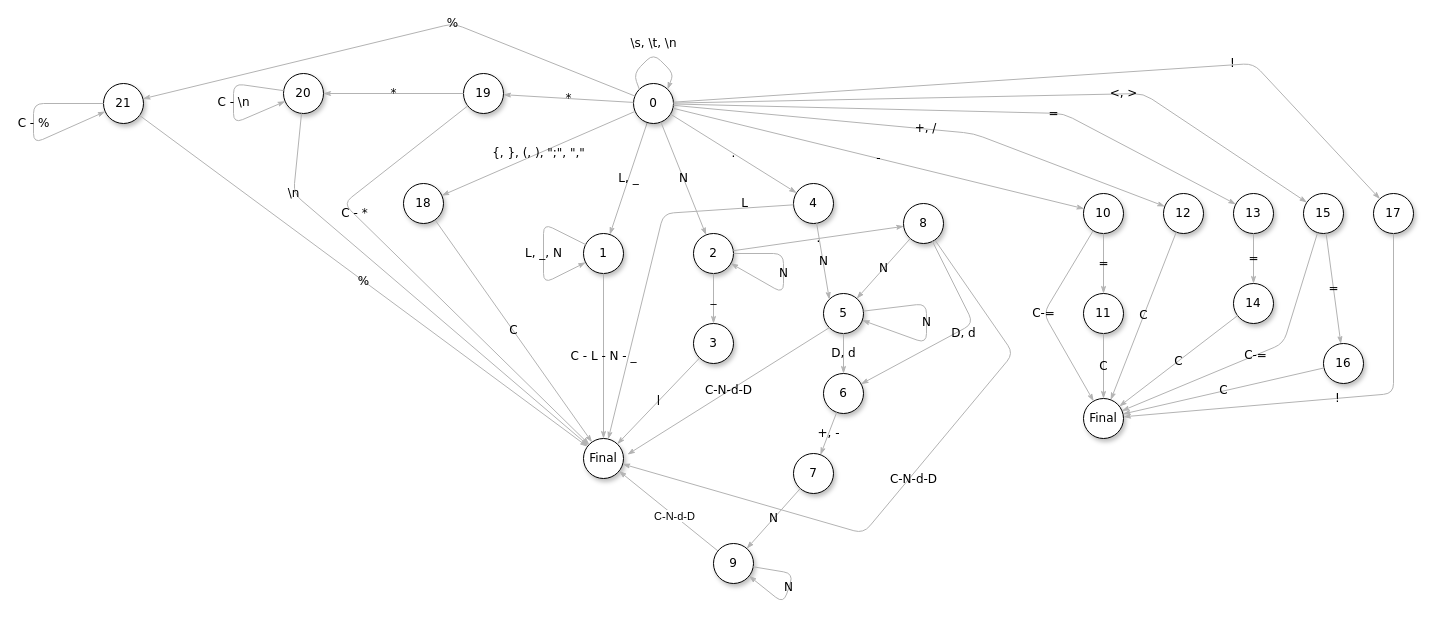
Above: docs/automata.drawio in fnicolasmedioli/compilador (draw.io), before the change. Source tidied: cells renumbered, new cells numbered last; positions are measured from the earlier drawing's top-left corner, leaving out a move shared by most shapes. Both pictures are drawn from the tidied source at 100%, with x=0, y=0 at pixel (33, 23).
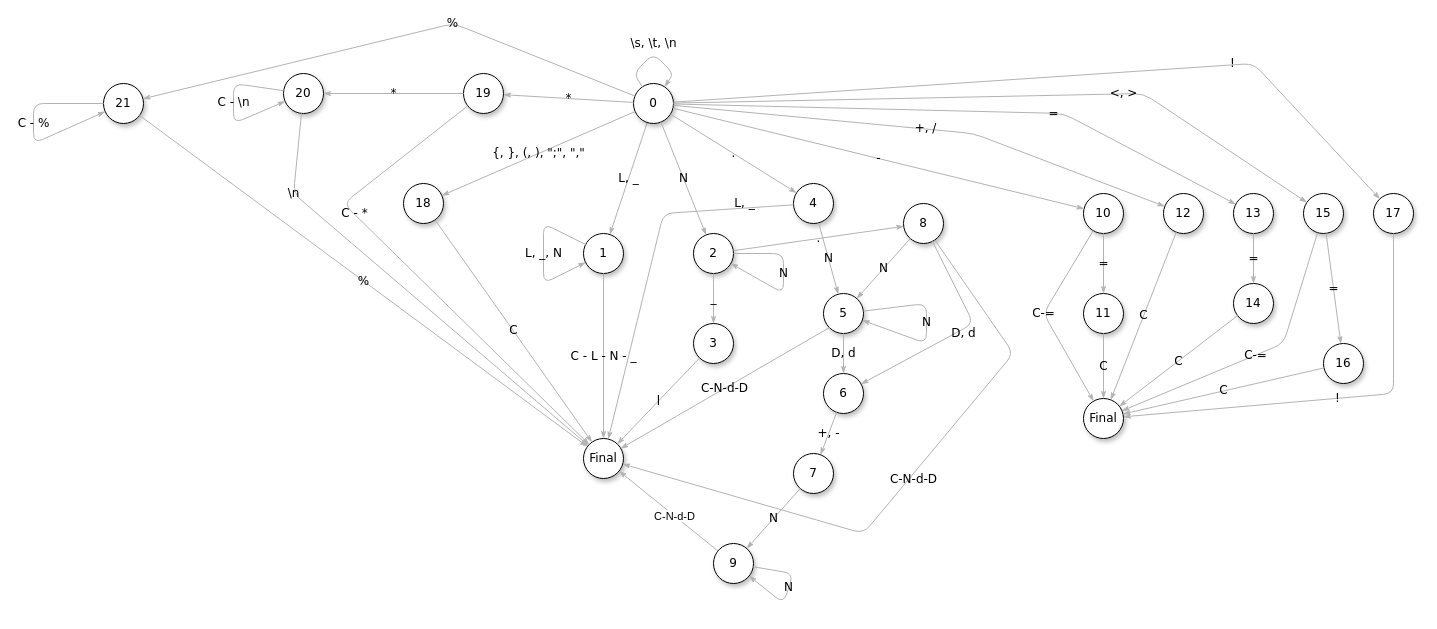
The same page after the edit.

The change refers to these unchanged cells:
```xml
<mxCell id="3" value="0" style="ellipse;whiteSpace=wrap;html=1;rounded=0;shadow=1;comic=0;labelBackgroundColor=none;strokeWidth=1;fontFamily=Verdana;fontSize=12;align=center;" parent="1" vertex="1">
  <mxGeometry x="600" y="60" width="40" height="40" as="geometry" />
</mxCell>
<mxCell id="8" value="Final" style="ellipse;whiteSpace=wrap;html=1;rounded=0;shadow=1;comic=0;labelBackgroundColor=none;strokeWidth=1;fontFamily=Verdana;fontSize=12;align=center;" parent="1" vertex="1">
  <mxGeometry x="550" y="415" width="40" height="40" as="geometry" />
</mxCell>
<mxCell id="15" value="5" style="ellipse;whiteSpace=wrap;html=1;rounded=0;shadow=1;comic=0;labelBackgroundColor=none;strokeWidth=1;fontFamily=Verdana;fontSize=12;align=center;" parent="1" vertex="1">
  <mxGeometry x="790" y="270" width="40" height="40" as="geometry" />
</mxCell>
<mxCell id="23" value="4" style="ellipse;whiteSpace=wrap;html=1;rounded=0;shadow=1;comic=0;labelBackgroundColor=none;strokeWidth=1;fontFamily=Verdana;fontSize=12;align=center;" parent="1" vertex="1">
  <mxGeometry x="760" y="160" width="40" height="40" as="geometry" />
</mxCell>
<mxCell id="39" value="12" style="ellipse;whiteSpace=wrap;html=1;rounded=0;shadow=1;comic=0;labelBackgroundColor=none;strokeWidth=1;fontFamily=Verdana;fontSize=12;align=center;" parent="1" vertex="1">
  <mxGeometry x="1130" y="170" width="40" height="40" as="geometry" />
</mxCell>
<mxCell id="58" value="18" style="ellipse;whiteSpace=wrap;html=1;rounded=0;shadow=1;comic=0;labelBackgroundColor=none;strokeWidth=1;fontFamily=Verdana;fontSize=12;align=center;" parent="1" vertex="1">
  <mxGeometry x="370" y="160" width="40" height="40" as="geometry" />
</mxCell>
```

Change to the diagram source:
```diff
@@
-    <mxCell id="26" value="N" style="edgeStyle=none;rounded=1;html=1;labelBackgroundColor=none;startArrow=none;startFill=0;startSize=5;endArrow=classicThin;endFill=1;endSize=5;jettySize=auto;strokeColor=#B3B3B3;strokeWidth=1;fontFamily=Verdana;fontSize=12;entryX=0;entryY=0;entryDx=0;entryDy=0;" parent="1" edge="1" source="23" target="15">
+    <mxCell id="26" value="N" style="edgeStyle=none;rounded=1;html=1;labelBackgroundColor=none;startArrow=none;startFill=0;startSize=5;endArrow=classicThin;endFill=1;endSize=5;jettySize=auto;strokeColor=#B3B3B3;strokeWidth=1;fontFamily=Verdana;fontSize=12;" parent="1" edge="1" source="23" target="15">
       <mxGeometry relative="1" as="geometry" />
     </mxCell>
-    <mxCell id="27" value="C-N-d-D" style="edgeStyle=none;rounded=1;html=1;labelBackgroundColor=none;startArrow=none;startFill=0;startSize=5;endArrow=classicThin;endFill=1;endSize=5;jettySize=auto;strokeColor=#B3B3B3;strokeWidth=1;fontFamily=Verdana;fontSize=12;exitX=0;exitY=1;exitDx=0;exitDy=0;" parent="1" edge="1" source="15">
-      <mxGeometry relative="1" as="geometry">
-        <mxPoint x="594" y="431" as="targetPoint" />
-      </mxGeometry>
+    <mxCell id="27" value="C-N-d-D" style="edgeStyle=none;rounded=1;html=1;labelBackgroundColor=none;startArrow=none;startFill=0;startSize=5;endArrow=classicThin;endFill=1;endSize=5;jettySize=auto;strokeColor=#B3B3B3;strokeWidth=1;fontFamily=Verdana;fontSize=12;exitX=0;exitY=1;exitDx=0;exitDy=0;" parent="1" edge="1" source="15" target="8">
+      <mxGeometry relative="1" as="geometry" />
     </mxCell>
@@
-    <mxCell id="40" value="+, /" style="edgeStyle=none;rounded=1;html=1;labelBackgroundColor=none;startArrow=none;startFill=0;startSize=5;endArrow=classicThin;endFill=1;endSize=5;jettySize=auto;orthogonalLoop=1;strokeColor=#B3B3B3;strokeWidth=1;fontFamily=Verdana;fontSize=12;" parent="1" edge="1">
+    <mxCell id="40" value="+, /" style="edgeStyle=none;rounded=1;html=1;labelBackgroundColor=none;startArrow=none;startFill=0;startSize=5;endArrow=classicThin;endFill=1;endSize=5;jettySize=auto;strokeColor=#B3B3B3;strokeWidth=1;fontFamily=Verdana;fontSize=12;" parent="1" edge="1" source="3" target="39">
       <mxGeometry relative="1" as="geometry">
-        <mxPoint x="639.9" y="81.8" as="sourcePoint" />
-        <mxPoint x="1131.3" y="182.9" as="targetPoint" />
         <Array as="points">
           <mxPoint x="940" y="110" />
         </Array>
       </mxGeometry>
     </mxCell>
@@
-    <mxCell id="57" value="L" style="edgeStyle=none;rounded=1;html=1;labelBackgroundColor=none;startArrow=none;startFill=0;startSize=5;endArrow=classicThin;endFill=1;endSize=5;jettySize=auto;strokeColor=#B3B3B3;strokeWidth=1;fontFamily=Verdana;fontSize=12;" parent="1" edge="1" source="23" target="8">
+    <mxCell id="57" value="L, _" style="edgeStyle=none;rounded=1;html=1;labelBackgroundColor=none;startArrow=none;startFill=0;startSize=5;endArrow=classicThin;endFill=1;endSize=5;jettySize=auto;strokeColor=#B3B3B3;strokeWidth=1;fontFamily=Verdana;fontSize=12;" parent="1" edge="1" source="23" target="8">
       <mxGeometry x="-0.73" y="-5" relative="1" as="geometry">
         <Array as="points">
           <mxPoint x="630" y="190" />
         </Array>
       </mxGeometry>
     </mxCell>
@@
-    <mxCell id="59" value="{, }, (, ), &quot;;&quot;, &quot;,&quot;" style="edgeStyle=none;rounded=1;html=1;labelBackgroundColor=none;startArrow=none;startFill=0;startSize=5;endArrow=classicThin;endFill=1;endSize=5;jettySize=auto;orthogonalLoop=1;strokeColor=#B3B3B3;strokeWidth=1;fontFamily=Verdana;fontSize=12;" parent="1" edge="1">
-      <mxGeometry relative="1" as="geometry">
-        <mxPoint x="601.6" y="87.9" as="sourcePoint" />
-        <mxPoint x="408.3" y="172" as="targetPoint" />
-      </mxGeometry>
+    <mxCell id="59" value="{, }, (, ), &quot;;&quot;, &quot;,&quot;" style="edgeStyle=none;rounded=1;html=1;labelBackgroundColor=none;startArrow=none;startFill=0;startSize=5;endArrow=classicThin;endFill=1;endSize=5;jettySize=auto;strokeColor=#B3B3B3;strokeWidth=1;fontFamily=Verdana;fontSize=12;" parent="1" edge="1" source="3" target="58">
+      <mxGeometry relative="1" as="geometry" />
     </mxCell>
@@
-    <mxCell id="72" value="\s, \t, \n" style="edgeStyle=none;rounded=1;html=1;labelBackgroundColor=none;startArrow=none;startFill=0;startSize=5;endArrow=classicThin;endFill=1;endSize=5;jettySize=auto;orthogonalLoop=1;strokeColor=#B3B3B3;strokeWidth=1;fontFamily=Verdana;fontSize=12;exitX=0;exitY=0;exitDx=0;exitDy=0;entryX=1;entryY=0;entryDx=0;entryDy=0;" parent="1" edge="1" source="3" target="3">
+    <mxCell id="72" value="\s, \t, \n" style="edgeStyle=none;rounded=1;html=1;labelBackgroundColor=none;startArrow=none;startFill=0;startSize=5;endArrow=classicThin;endFill=1;endSize=5;jettySize=auto;orthogonalLoop=1;strokeColor=#B3B3B3;strokeWidth=1;fontFamily=Verdana;fontSize=12;" parent="1" edge="1" source="3" target="3">
       <mxGeometry y="10" relative="1" as="geometry">
         <Array as="points">
           <mxPoint x="600" y="50" />
           <mxPoint x="620" y="30" />
           <mxPoint x="640" y="50" />
         </Array>
         <mxPoint x="-7" y="-3" as="offset" />
       </mxGeometry>
     </mxCell>
```
